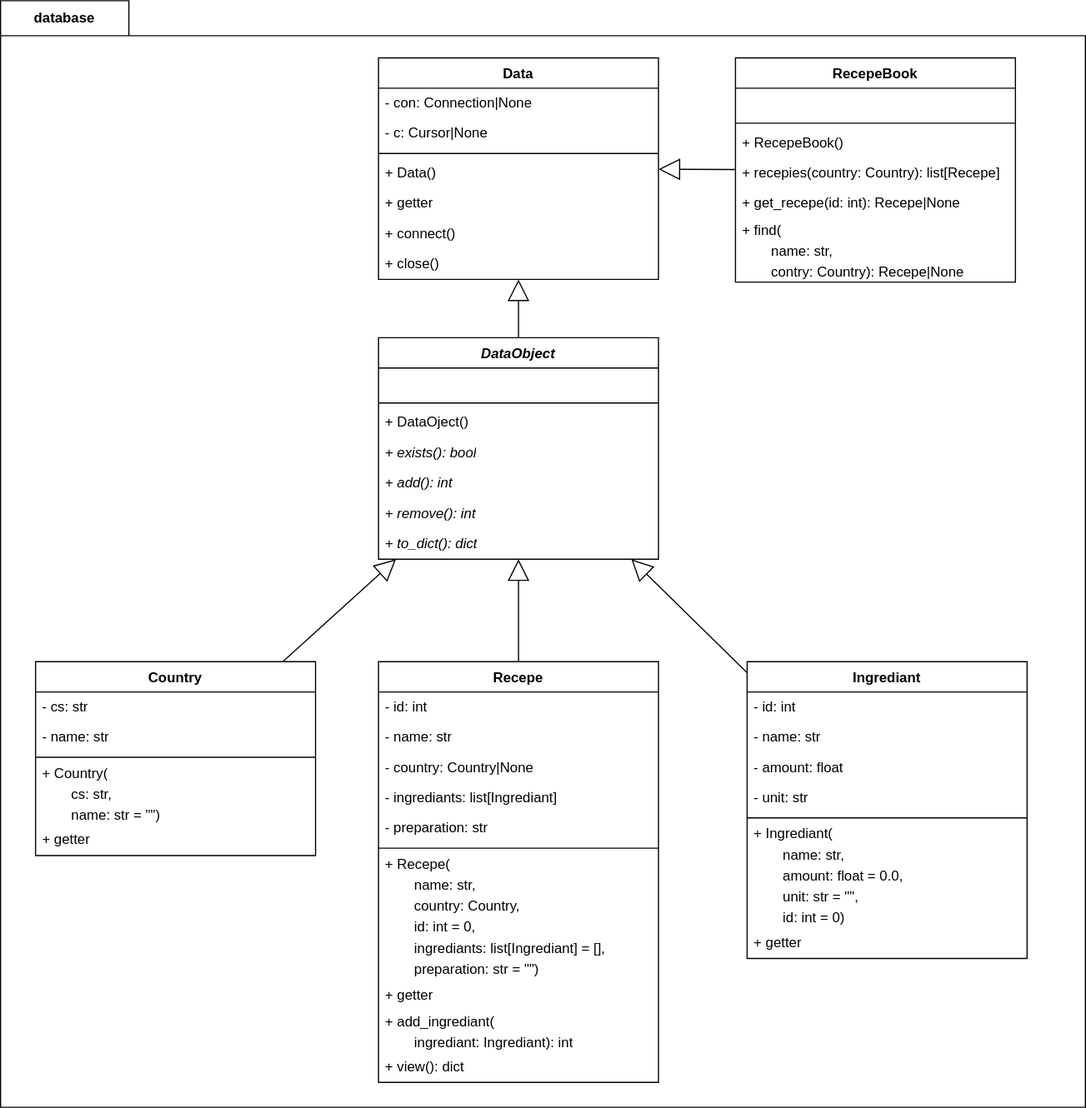
Above: docs/img/database.dio.svg in elma1989/ccb (draw.io), before the change. Source tidied: cells renumbered, new cells last; positions are measured from the earlier drawing's top-left corner, leaving out a move shared by most shapes.
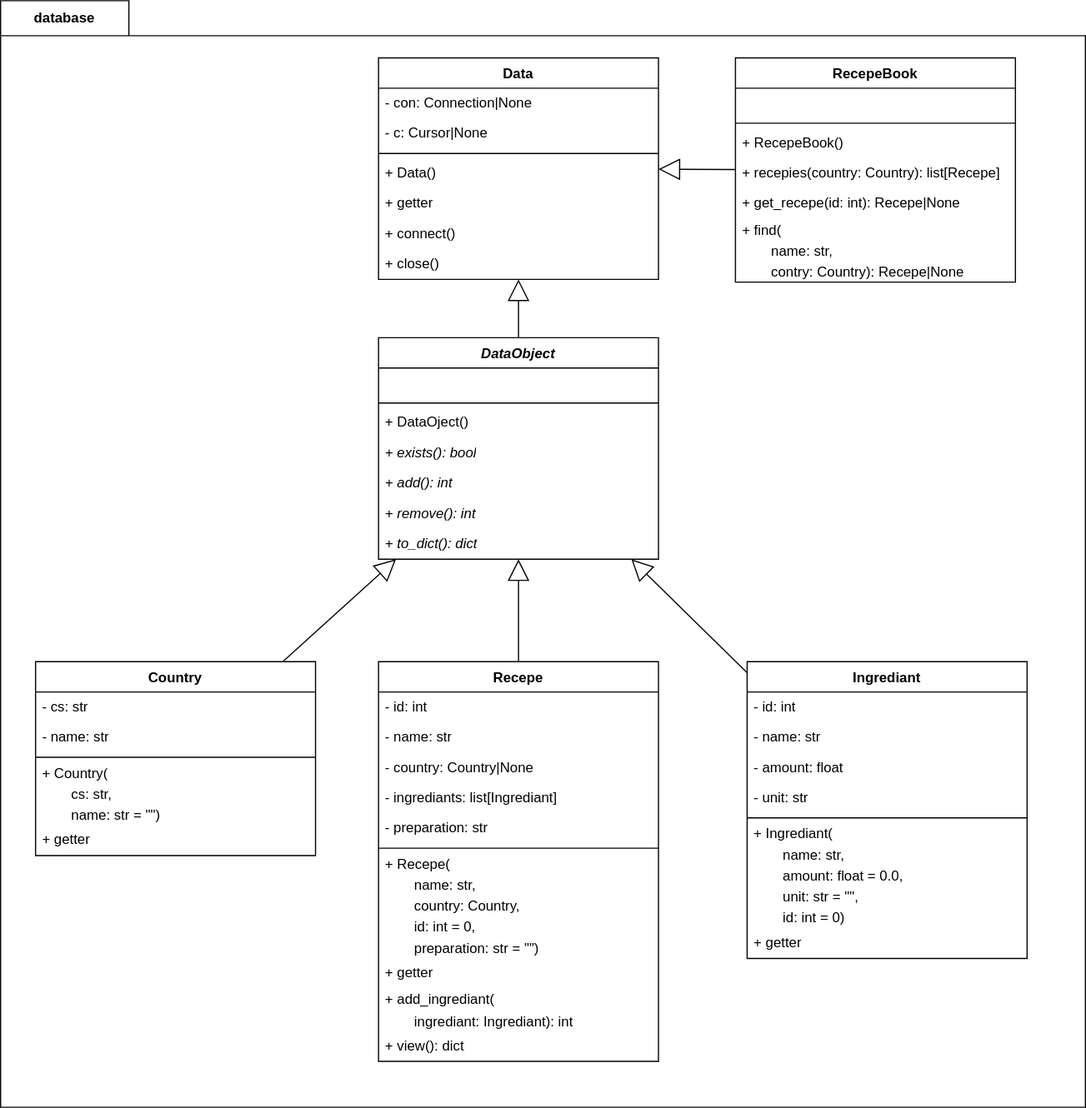
After the commit.

The edit, as a diff of the source:
```diff
@@ -158,7 +158,7 @@
       <mxGeometry relative="1" as="geometry" />
     </mxCell>
     <mxCell id="53" value="Recepe" style="swimlane;fontStyle=1;align=center;verticalAlign=top;horizontal=1;startSize=26;whiteSpace=wrap;html=1;" parent="1" vertex="1">
-      <mxGeometry x="324" y="566.8" width="240" height="360.9" as="geometry" />
+      <mxGeometry x="324" y="566.8" width="240" height="342.8" as="geometry" />
     </mxCell>
     <mxCell id="54" value="- id: int" style="text;strokeColor=none;fillColor=none;align=left;verticalAlign=middle;spacingLeft=4;spacingRight=4;overflow=hidden;whiteSpace=wrap;html=1;" parent="53" vertex="1">
       <mxGeometry y="26" width="240" height="26" as="geometry" />
@@ -190,23 +190,20 @@
     <mxCell id="63" value="id: int = 0," style="text;strokeColor=none;fillColor=none;align=left;verticalAlign=middle;spacingLeft=29.5275;spacingRight=4;overflow=hidden;whiteSpace=wrap;html=1;" parent="53" vertex="1">
       <mxGeometry y="218.3" width="240" height="18.1" as="geometry" />
     </mxCell>
-    <mxCell id="64" value="ingrediants: list[Ingrediant] = []," style="text;strokeColor=none;fillColor=none;align=left;verticalAlign=middle;spacingLeft=29.5275;spacingRight=4;overflow=hidden;whiteSpace=wrap;html=1;" parent="53" vertex="1">
-      <mxGeometry y="236.4" width="240" height="18.1" as="geometry" />
-    </mxCell>
     <mxCell id="65" value="preparation: str = &quot;&quot;)" style="text;strokeColor=none;fillColor=none;align=left;verticalAlign=middle;spacingLeft=29.5275;spacingRight=4;overflow=hidden;whiteSpace=wrap;html=1;" parent="53" vertex="1">
-      <mxGeometry y="254.6" width="240" height="18.1" as="geometry" />
+      <mxGeometry y="236.4" width="240" height="18.1" as="geometry" />
     </mxCell>
     <mxCell id="66" value="+ getter" style="text;strokeColor=none;fillColor=none;align=left;verticalAlign=middle;spacingLeft=4;spacingRight=4;overflow=hidden;whiteSpace=wrap;html=1;" parent="53" vertex="1">
-      <mxGeometry y="272.7" width="240" height="26" as="geometry" />
+      <mxGeometry y="254.6" width="240" height="26" as="geometry" />
     </mxCell>
     <mxCell id="67" value="+ add_ingrediant(" style="text;strokeColor=none;fillColor=none;align=left;verticalAlign=middle;spacingLeft=4;spacingRight=4;overflow=hidden;whiteSpace=wrap;html=1;" parent="53" vertex="1">
-      <mxGeometry y="298.7" width="240" height="18.1" as="geometry" />
+      <mxGeometry y="280.6" width="240" height="18.1" as="geometry" />
     </mxCell>
     <mxCell id="68" value="ingrediant: Ingrediant): int" style="text;strokeColor=none;fillColor=none;align=left;verticalAlign=middle;spacingLeft=29.5275;spacingRight=4;overflow=hidden;whiteSpace=wrap;html=1;" parent="53" vertex="1">
-      <mxGeometry y="316.8" width="240" height="18.1" as="geometry" />
+      <mxGeometry y="298.7" width="240" height="18.1" as="geometry" />
     </mxCell>
     <mxCell id="69" value="+ view(): dict" style="text;strokeColor=none;fillColor=none;align=left;verticalAlign=middle;spacingLeft=4;spacingRight=4;overflow=hidden;whiteSpace=wrap;html=1;" parent="53" vertex="1">
-      <mxGeometry y="334.9" width="240" height="26" as="geometry" />
+      <mxGeometry y="316.8" width="240" height="26" as="geometry" />
     </mxCell>
     <mxCell id="70" style="endArrow=block;endSize=16;endFill=0;html=1;" parent="1" edge="1" source="53" target="21">
       <mxGeometry relative="1" as="geometry" />
```
